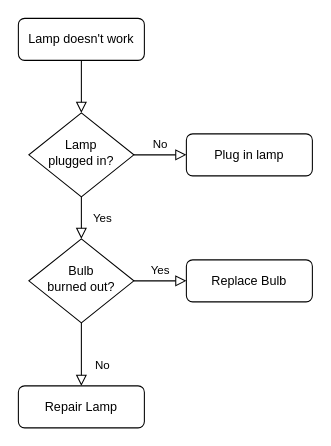
This is Untitled Diagram.drawio from KEVIN-G386/drawio, a draw.io file, before an edit. Source tidied: cells renumbered, new cells numbered last; positions are measured from the earlier drawing's top-left corner, leaving out a move shared by most shapes. Both pictures are drawn from the tidied source at 105%, with x=0, y=0 at pixel (18, 18).
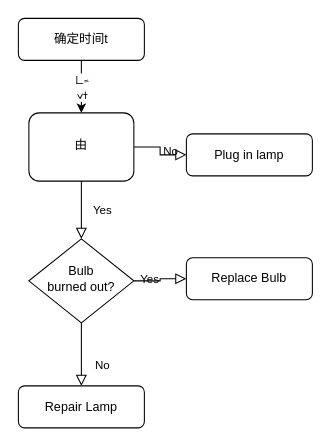
After the change.

Change to the diagram source:
```diff
@@
 <mxGraphModel>
   <root>
     <mxCell id="0" />
     <mxCell id="1" parent="0" />
-    <mxCell id="2" style="rounded=0;html=1;jettySize=auto;fontSize=11;endArrow=block;endFill=0;endSize=8;strokeWidth=1;shadow=0;labelBackgroundColor=none;edgeStyle=orthogonalEdgeStyle;" parent="1" edge="1" source="3" target="6">
-      <mxGeometry relative="1" as="geometry" />
-    </mxCell>
-    <mxCell id="3" value="Lamp doesn't work" style="rounded=1;whiteSpace=wrap;html=1;fontSize=12;glass=0;strokeWidth=1;shadow=0;" parent="1" vertex="1">
+    <mxCell id="3" value="确定时间t" style="rounded=1;whiteSpace=wrap;html=1;fontSize=12;glass=0;strokeWidth=1;shadow=0;" parent="1" vertex="1">
       <mxGeometry width="120" height="40" as="geometry" />
     </mxCell>
     <mxCell id="4" value="Yes" style="rounded=0;html=1;jettySize=auto;fontSize=11;endArrow=block;endFill=0;endSize=8;strokeWidth=1;shadow=0;labelBackgroundColor=none;edgeStyle=orthogonalEdgeStyle;" parent="1" edge="1" source="6" target="10">
       <mxGeometry y="20" relative="1" as="geometry" />
     </mxCell>
     <mxCell id="5" value="No" style="edgeStyle=orthogonalEdgeStyle;rounded=0;html=1;jettySize=auto;fontSize=11;endArrow=block;endFill=0;endSize=8;strokeWidth=1;shadow=0;labelBackgroundColor=none;" parent="1" edge="1" source="6" target="7">
       <mxGeometry y="10" relative="1" as="geometry" />
     </mxCell>
-    <mxCell id="6" value="Lamp&lt;br&gt;plugged in?" style="rhombus;whiteSpace=wrap;html=1;shadow=0;fontFamily=Helvetica;fontSize=12;align=center;strokeWidth=1;spacing=6;spacingTop=-4;" parent="1" vertex="1">
-      <mxGeometry x="10" y="90" width="100" height="80" as="geometry" />
+    <mxCell id="6" value="由" style="rounded=1;whiteSpace=wrap;html=1;shadow=0;fontFamily=Helvetica;fontSize=12;align=center;strokeWidth=1;spacing=6;spacingTop=-4;" parent="1" vertex="1">
+      <mxGeometry x="10" y="90" width="100" height="65" as="geometry" />
     </mxCell>
     <mxCell id="7" value="Plug in lamp" style="rounded=1;whiteSpace=wrap;html=1;fontSize=12;glass=0;strokeWidth=1;shadow=0;" parent="1" vertex="1">
       <mxGeometry x="160" y="110" width="120" height="40" as="geometry" />
     </mxCell>
     <mxCell id="8" value="No" style="rounded=0;html=1;jettySize=auto;fontSize=11;endArrow=block;endFill=0;endSize=8;strokeWidth=1;shadow=0;labelBackgroundColor=none;edgeStyle=orthogonalEdgeStyle;" parent="1" edge="1" source="10" target="11">
       <mxGeometry x="0.33" y="20" relative="1" as="geometry" />
     </mxCell>
     <mxCell id="9" value="Yes" style="edgeStyle=orthogonalEdgeStyle;rounded=0;html=1;jettySize=auto;fontSize=11;endArrow=block;endFill=0;endSize=8;strokeWidth=1;shadow=0;labelBackgroundColor=none;" parent="1" edge="1" source="10" target="12">
       <mxGeometry y="10" relative="1" as="geometry" />
     </mxCell>
     <mxCell id="10" value="Bulb&lt;br&gt;burned out?" style="rhombus;whiteSpace=wrap;html=1;shadow=0;fontFamily=Helvetica;fontSize=12;align=center;strokeWidth=1;spacing=6;spacingTop=-4;" parent="1" vertex="1">
       <mxGeometry x="10" y="210" width="100" height="80" as="geometry" />
     </mxCell>
     <mxCell id="11" value="Repair Lamp" style="rounded=1;whiteSpace=wrap;html=1;fontSize=12;glass=0;strokeWidth=1;shadow=0;" parent="1" vertex="1">
       <mxGeometry y="350" width="120" height="40" as="geometry" />
     </mxCell>
     <mxCell id="12" value="Replace Bulb" style="rounded=1;whiteSpace=wrap;html=1;fontSize=12;glass=0;strokeWidth=1;shadow=0;" parent="1" vertex="1">
-      <mxGeometry x="160" y="230" width="120" height="40" as="geometry" />
+      <mxGeometry x="160" y="228" width="120" height="40" as="geometry" />
     </mxCell>
+    <mxCell id="2" style="endArrow=classic;html=1;rounded=0;exitX=0.5;exitY=1;exitDx=0;exitDy=0;entryX=0.5;entryY=0;entryDx=0;entryDy=0;" parent="1" edge="1" source="3" target="6">
+      <mxGeometry relative="1" as="geometry" />
+    </mxCell>
+    <mxCell id="13" value="&lt;font face=&quot;Comic Sans MS&quot;&gt;L=&lt;/font&gt;&lt;div&gt;&lt;font face=&quot;Comic Sans MS&quot;&gt;vt&lt;/font&gt;&lt;/div&gt;" style="edgeLabel;html=1;align=center;verticalAlign=middle;width=5;imageWidth=50;arcSize=50;imageHeight=50;fixedWidth=0;" parent="2" vertex="1">
+      <mxGeometry relative="1" as="geometry" />
+    </mxCell>
   </root>
 </mxGraphModel>
```
